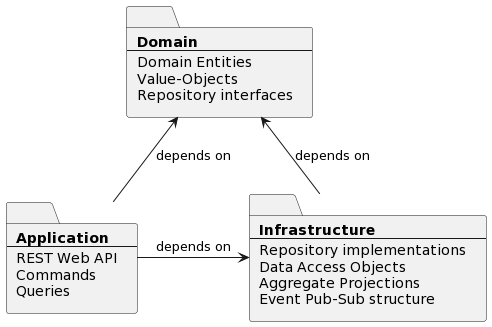
Above: docs/backend_project_structure.png in santosleijon/frugal-fennec-expense-manager (PlantUML), before the change. The source it was exported from:
```plantuml
@startuml
folder domain [
**Domain**
---
Domain Entities
Value-Objects
Repository interfaces
]

folder application [
**Application**
---
REST Web API
Commands
Queries
]

folder infrastructure [
**Infrastructure**
---
Repository implementations
Data Access Objects
Aggregate Projections
Event Pub-Sub structure
]

infrastructure -u-> domain : depends on
application -u-> domain : depends on
application->infrastructure : depends on
@enduml
```
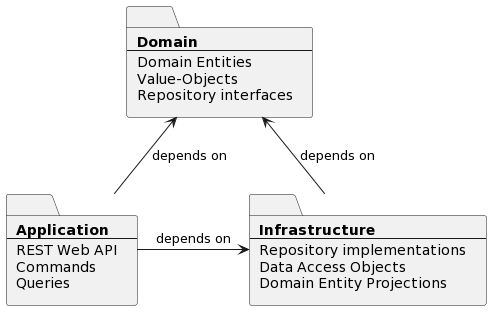
After the change.

Commit message:
Clarify backend architecture description in README

Diff of the diagram source:
```diff
@@ -20,8 +20,7 @@
 ---
 Repository implementations
 Data Access Objects
-Aggregate Projections
-Event Pub-Sub structure
+Domain Entity Projections
 ]
 
 infrastructure -u-> domain : depends on
```
